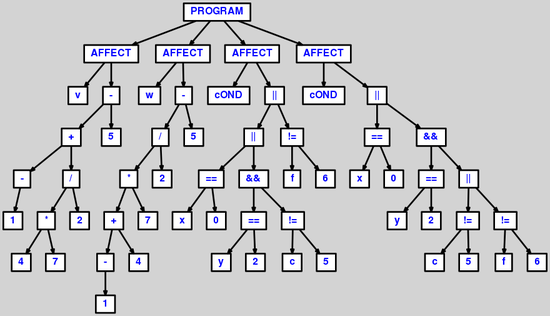
AOSauron/compiler-clooc keeps this Graphviz diagram as AST/ASTtestkifoire.png. Above is the earlier version. Its source is kept beside it as AST/ASTtestkifoire.dot.
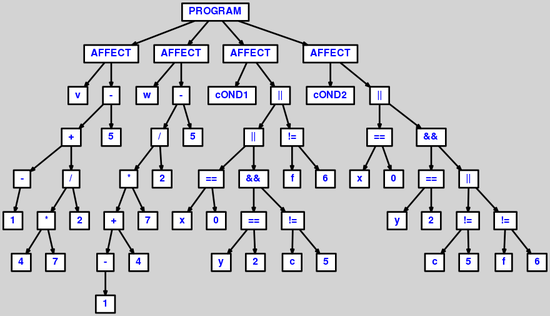
The same file after the commit.

Change to the diagram source:
```diff
@@ -45,7 +45,7 @@
   n24 [label="5"];
   n25 [label="AFFECT"];
   n25 [label="AFFECT"];
-  n26 [label="cOND"];
+  n26 [label="cOND1"];
   n27 [label="||"];
   n27 [label="||"];
   n28 [label="||"];
@@ -70,7 +70,7 @@
   n41 [label="6"];
   n42 [label="AFFECT"];
   n42 [label="AFFECT"];
-  n43 [label="cOND"];
+  n43 [label="cOND2"];
   n44 [label="||"];
   n44 [label="||"];
   n45 [label="=="];
@@ -119,7 +119,7 @@
   n16 -> n23 // "/" -> "2"
   n15 -> n24 // "-" -> "5"
   n0 -> n25 // "PROGRAM" -> "AFFECT"
-  n25 -> n26 // "AFFECT" -> "cOND"
+  n25 -> n26 // "AFFECT" -> "cOND1"
   n25 -> n27 // "AFFECT" -> "||"
   n27 -> n28 // "||" -> "||"
   n28 -> n29 // "||" -> "=="
@@ -136,7 +136,7 @@
   n39 -> n40 // "!=" -> "f"
   n39 -> n41 // "!=" -> "6"
   n0 -> n42 // "PROGRAM" -> "AFFECT"
-  n42 -> n43 // "AFFECT" -> "cOND"
+  n42 -> n43 // "AFFECT" -> "cOND2"
   n42 -> n44 // "AFFECT" -> "||"
   n44 -> n45 // "||" -> "=="
   n45 -> n46 // "==" -> "x"
```
